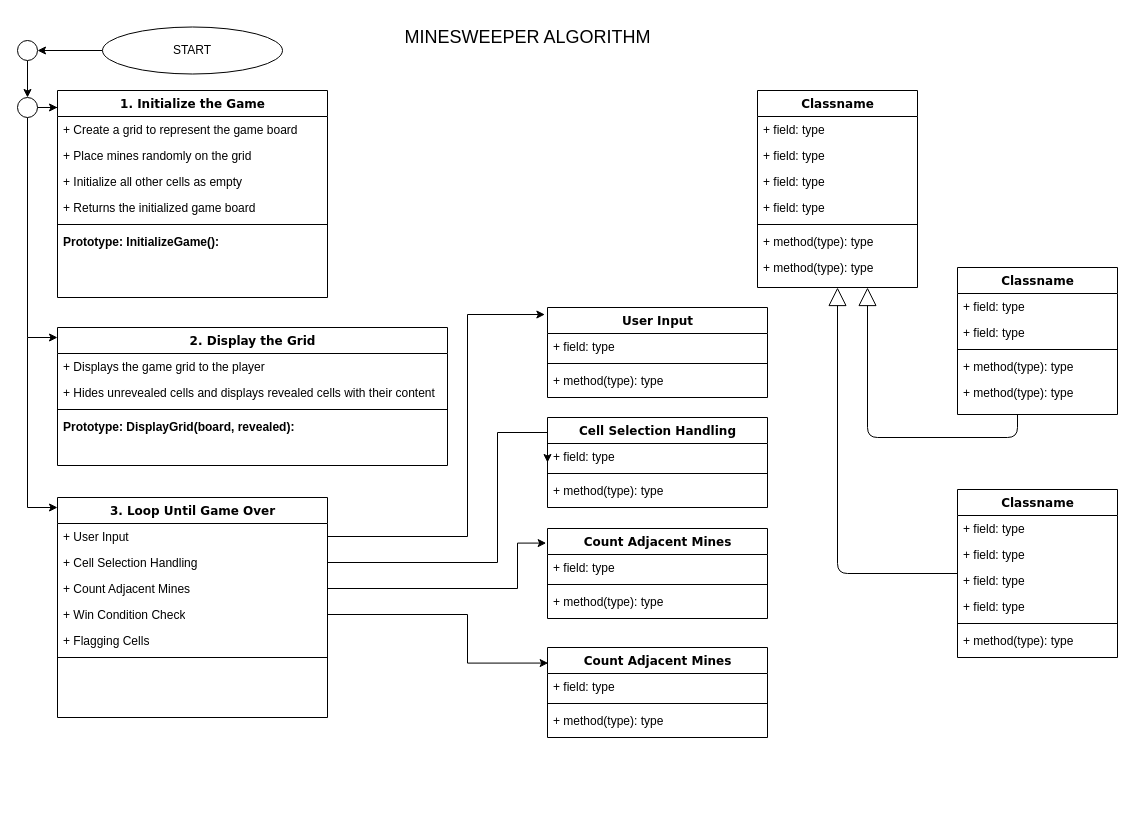
This is Minesweeper.drawio from lawalTheWest/minesweeper, a draw.io file, before an edit. Source tidied: cells renumbered, new cells numbered last; positions are measured from the earlier drawing's top-left corner, leaving out a move shared by most shapes. Both pictures are drawn from the tidied source at 100%, with x=0, y=0 at pixel (17, 17).
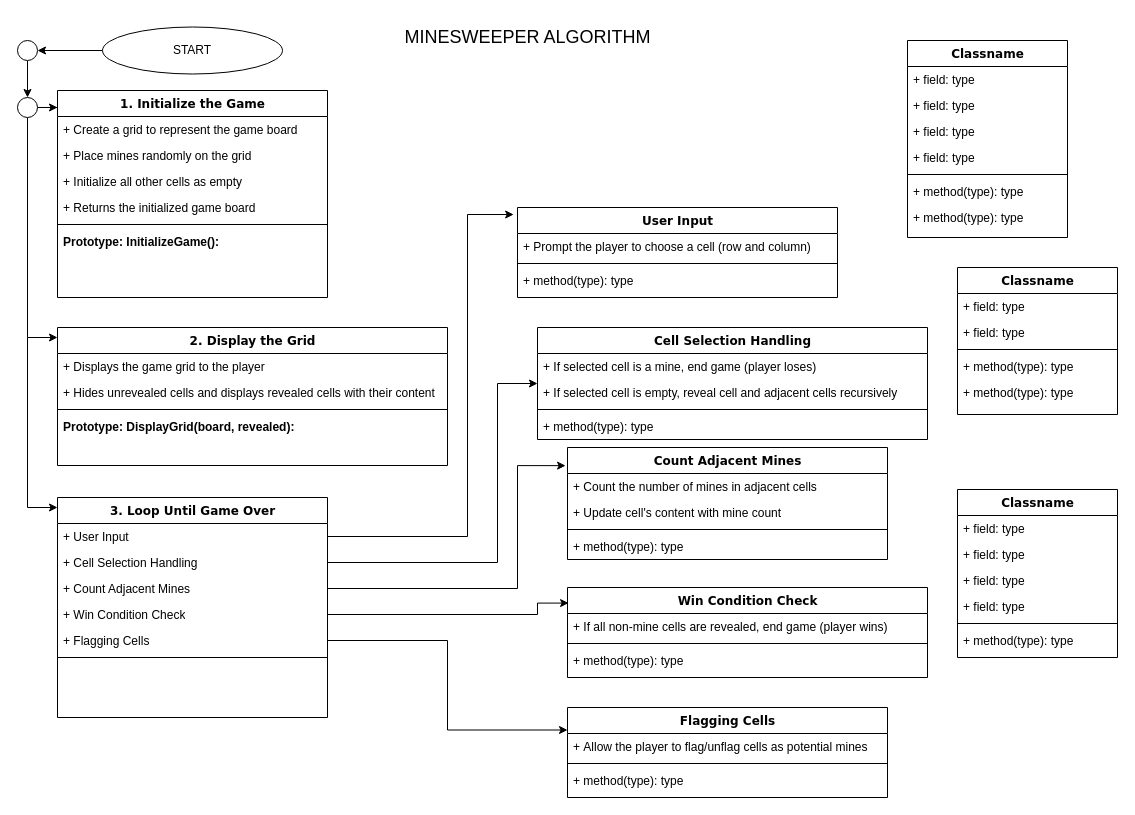
The same diagram, later.

Unchanged cells that the change refers to:
```xml
<mxCell id="27" value="+&amp;nbsp;User Input" style="text;html=1;strokeColor=none;fillColor=none;align=left;verticalAlign=top;spacingLeft=4;spacingRight=4;whiteSpace=wrap;overflow=hidden;points=[[0,0.5],[1,0.5]];portConstraint=eastwest;" parent="26" vertex="1">
  <mxGeometry y="26" width="270" height="26" as="geometry" />
</mxCell>
<mxCell id="28" value="+&amp;nbsp;Cell Selection Handling" style="text;html=1;strokeColor=none;fillColor=none;align=left;verticalAlign=top;spacingLeft=4;spacingRight=4;whiteSpace=wrap;overflow=hidden;points=[[0,0.5],[1,0.5]];portConstraint=eastwest;" parent="26" vertex="1">
  <mxGeometry y="52" width="270" height="26" as="geometry" />
</mxCell>
<mxCell id="29" value="+ Count Adjacent Mines" style="text;html=1;strokeColor=none;fillColor=none;align=left;verticalAlign=top;spacingLeft=4;spacingRight=4;whiteSpace=wrap;overflow=hidden;points=[[0,0.5],[1,0.5]];portConstraint=eastwest;" parent="26" vertex="1">
  <mxGeometry y="78" width="270" height="26" as="geometry" />
</mxCell>
<mxCell id="30" value="+ Win Condition Check" style="text;html=1;strokeColor=none;fillColor=none;align=left;verticalAlign=top;spacingLeft=4;spacingRight=4;whiteSpace=wrap;overflow=hidden;points=[[0,0.5],[1,0.5]];portConstraint=eastwest;" parent="26" vertex="1">
  <mxGeometry y="104" width="270" height="26" as="geometry" />
</mxCell>
<mxCell id="31" value="+&amp;nbsp;Flagging Cells" style="text;html=1;strokeColor=none;fillColor=none;align=left;verticalAlign=top;spacingLeft=4;spacingRight=4;whiteSpace=wrap;overflow=hidden;points=[[0,0.5],[1,0.5]];portConstraint=eastwest;" parent="26" vertex="1">
  <mxGeometry y="130" width="270" height="26" as="geometry" />
</mxCell>
<mxCell id="38" value="Classname" style="swimlane;html=1;fontStyle=1;align=center;verticalAlign=top;horizontal=1;startSize=26;swimlaneFillColor=#ffffff;rounded=0;shadow=0;comic=0;labelBackgroundColor=none;strokeWidth=1;fillColor=none;fontFamily=Verdana;fontSize=12;" parent="1" vertex="1">
  <mxGeometry x="940" y="472" width="160" height="168" as="geometry" />
</mxCell>
<mxCell id="46" value="Classname" style="swimlane;html=1;fontStyle=1;align=center;verticalAlign=top;horizontal=1;startSize=26;swimlaneFillColor=#ffffff;rounded=0;shadow=0;comic=0;labelBackgroundColor=none;strokeWidth=1;fillColor=none;fontFamily=Verdana;fontSize=12;" parent="1" vertex="1">
  <mxGeometry x="940" y="250" width="160" height="147" as="geometry" />
</mxCell>
```

What changed in the source:
```diff
@@
     <mxCell id="9" value="User Input" style="swimlane;html=1;fontStyle=1;align=center;verticalAlign=top;horizontal=1;startSize=26;swimlaneFillColor=#ffffff;rounded=0;shadow=0;comic=0;labelBackgroundColor=none;strokeWidth=1;fillColor=none;fontFamily=Verdana;fontSize=12;" parent="1" vertex="1">
-      <mxGeometry x="530" y="290" width="220" height="90" as="geometry" />
+      <mxGeometry x="500" y="190" width="320" height="90" as="geometry" />
     </mxCell>
-    <mxCell id="10" value="+ field: type" style="text;html=1;strokeColor=none;fillColor=none;align=left;verticalAlign=top;spacingLeft=4;spacingRight=4;whiteSpace=wrap;overflow=hidden;" parent="9" vertex="1">
-      <mxGeometry y="26" width="220" height="26" as="geometry" />
+    <mxCell id="10" value="+&amp;nbsp;Prompt the player to choose a cell (row and column)" style="text;html=1;strokeColor=none;fillColor=none;align=left;verticalAlign=top;spacingLeft=4;spacingRight=4;whiteSpace=wrap;overflow=hidden;" parent="9" vertex="1">
+      <mxGeometry y="26" width="320" height="26" as="geometry" />
     </mxCell>
     <mxCell id="11" style="line;html=1;strokeWidth=1;fillColor=none;align=left;verticalAlign=middle;spacingTop=-1;spacingLeft=3;spacingRight=3;labelPosition=right;" parent="9" vertex="1">
-      <mxGeometry y="52" width="220" height="8" as="geometry" />
+      <mxGeometry y="52" width="320" height="8" as="geometry" />
     </mxCell>
     <mxCell id="12" value="+ method(type): type" style="text;html=1;strokeColor=none;fillColor=none;align=left;verticalAlign=top;spacingLeft=4;spacingRight=4;whiteSpace=wrap;overflow=hidden;" parent="9" vertex="1">
-      <mxGeometry y="60" width="220" height="26" as="geometry" />
+      <mxGeometry y="60" width="320" height="26" as="geometry" />
     </mxCell>
     <mxCell id="13" value="Classname" style="swimlane;html=1;fontStyle=1;align=center;verticalAlign=top;horizontal=1;startSize=26;swimlaneFillColor=#ffffff;rounded=0;shadow=0;comic=0;labelBackgroundColor=none;strokeWidth=1;fillColor=none;fontFamily=Verdana;fontSize=12;" parent="1" vertex="1">
-      <mxGeometry x="740" y="73" width="160" height="197" as="geometry" />
+      <mxGeometry x="890" y="23" width="160" height="197" as="geometry" />
     </mxCell>
@@
     <mxCell id="33" value="Cell Selection Handling" style="swimlane;html=1;fontStyle=1;align=center;verticalAlign=top;horizontal=1;startSize=26;swimlaneFillColor=#ffffff;rounded=0;shadow=0;comic=0;labelBackgroundColor=none;strokeWidth=1;fillColor=none;fontFamily=Verdana;fontSize=12;" parent="1" vertex="1">
-      <mxGeometry x="530" y="400" width="220" height="90" as="geometry" />
+      <mxGeometry x="520" y="310" width="390" height="112" as="geometry" />
     </mxCell>
-    <mxCell id="34" value="+ field: type" style="text;html=1;strokeColor=none;fillColor=none;align=left;verticalAlign=top;spacingLeft=4;spacingRight=4;whiteSpace=wrap;overflow=hidden;" parent="33" vertex="1">
-      <mxGeometry y="26" width="220" height="26" as="geometry" />
+    <mxCell id="34" value="+&amp;nbsp;If selected cell is a mine, end game (player loses)" style="text;html=1;strokeColor=none;fillColor=none;align=left;verticalAlign=top;spacingLeft=4;spacingRight=4;whiteSpace=wrap;overflow=hidden;" parent="33" vertex="1">
+      <mxGeometry y="26" width="390" height="26" as="geometry" />
     </mxCell>
+    <mxCell id="73" value="+ If selected cell is empty, reveal cell and adjacent cells recursively" style="text;html=1;strokeColor=none;fillColor=none;align=left;verticalAlign=top;spacingLeft=4;spacingRight=4;whiteSpace=wrap;overflow=hidden;" parent="33" vertex="1">
+      <mxGeometry y="52" width="390" height="26" as="geometry" />
+    </mxCell>
     <mxCell id="35" style="line;html=1;strokeWidth=1;fillColor=none;align=left;verticalAlign=middle;spacingTop=-1;spacingLeft=3;spacingRight=3;labelPosition=right;" parent="33" vertex="1">
-      <mxGeometry y="52" width="220" height="8" as="geometry" />
+      <mxGeometry y="78" width="390" height="8" as="geometry" />
     </mxCell>
     <mxCell id="36" value="+ method(type): type" style="text;html=1;strokeColor=none;fillColor=none;align=left;verticalAlign=top;spacingLeft=4;spacingRight=4;whiteSpace=wrap;overflow=hidden;" parent="33" vertex="1">
-      <mxGeometry y="60" width="220" height="26" as="geometry" />
+      <mxGeometry y="86" width="390" height="26" as="geometry" />
     </mxCell>
-    <mxCell id="37" style="edgeStyle=orthogonalEdgeStyle;html=1;labelBackgroundColor=none;startFill=0;startSize=8;endArrow=block;endFill=0;endSize=16;fontFamily=Verdana;fontSize=12;" parent="1" edge="1" source="38" target="13">
-      <mxGeometry relative="1" as="geometry" />
-    </mxCell>
@@
-    <mxCell id="45" style="edgeStyle=orthogonalEdgeStyle;html=1;labelBackgroundColor=none;startFill=0;startSize=8;endArrow=block;endFill=0;endSize=16;fontFamily=Verdana;fontSize=12;" parent="1" edge="1" source="46" target="13">
-      <mxGeometry relative="1" as="geometry">
-        <Array as="points">
-          <mxPoint x="1000" y="420" />
-          <mxPoint x="850" y="420" />
-        </Array>
-      </mxGeometry>
-    </mxCell>
@@
     <mxCell id="61" style="edgeStyle=orthogonalEdgeStyle;rounded=0;jettySize=auto;html=1;entryX=-0.012;entryY=0.078;entryDx=0;entryDy=0;entryPerimeter=0;" parent="1" edge="1" source="27" target="9">
       <mxGeometry relative="1" as="geometry">
         <Array as="points">
           <mxPoint x="450" y="519" />
-          <mxPoint x="450" y="297" />
+          <mxPoint x="450" y="197" />
         </Array>
       </mxGeometry>
     </mxCell>
     <mxCell id="62" style="edgeStyle=orthogonalEdgeStyle;rounded=0;jettySize=auto;html=1;entryX=0;entryY=0.5;entryDx=0;entryDy=0;" parent="1" edge="1" source="28" target="33">
       <mxGeometry relative="1" as="geometry">
         <Array as="points">
           <mxPoint x="480" y="545" />
-          <mxPoint x="480" y="415" />
+          <mxPoint x="480" y="366" />
         </Array>
       </mxGeometry>
     </mxCell>
     <mxCell id="63" value="Count Adjacent Mines" style="swimlane;html=1;fontStyle=1;align=center;verticalAlign=top;horizontal=1;startSize=26;swimlaneFillColor=#ffffff;rounded=0;shadow=0;comic=0;labelBackgroundColor=none;strokeWidth=1;fillColor=none;fontFamily=Verdana;fontSize=12;" parent="1" vertex="1">
-      <mxGeometry x="530" y="511" width="220" height="90" as="geometry" />
+      <mxGeometry x="550" y="430" width="320" height="112" as="geometry" />
     </mxCell>
-    <mxCell id="64" value="+ field: type" style="text;html=1;strokeColor=none;fillColor=none;align=left;verticalAlign=top;spacingLeft=4;spacingRight=4;whiteSpace=wrap;overflow=hidden;" parent="63" vertex="1">
-      <mxGeometry y="26" width="220" height="26" as="geometry" />
+    <mxCell id="64" value="+&amp;nbsp;Count the number of mines in adjacent cells" style="text;html=1;strokeColor=none;fillColor=none;align=left;verticalAlign=top;spacingLeft=4;spacingRight=4;whiteSpace=wrap;overflow=hidden;" parent="63" vertex="1">
+      <mxGeometry y="26" width="320" height="26" as="geometry" />
     </mxCell>
+    <mxCell id="74" value="+&amp;nbsp;Update cell's content with mine count" style="text;html=1;strokeColor=none;fillColor=none;align=left;verticalAlign=top;spacingLeft=4;spacingRight=4;whiteSpace=wrap;overflow=hidden;" parent="63" vertex="1">
+      <mxGeometry y="52" width="320" height="26" as="geometry" />
+    </mxCell>
     <mxCell id="65" style="line;html=1;strokeWidth=1;fillColor=none;align=left;verticalAlign=middle;spacingTop=-1;spacingLeft=3;spacingRight=3;labelPosition=right;" parent="63" vertex="1">
-      <mxGeometry y="52" width="220" height="8" as="geometry" />
+      <mxGeometry y="78" width="320" height="8" as="geometry" />
     </mxCell>
     <mxCell id="66" value="+ method(type): type" style="text;html=1;strokeColor=none;fillColor=none;align=left;verticalAlign=top;spacingLeft=4;spacingRight=4;whiteSpace=wrap;overflow=hidden;" parent="63" vertex="1">
-      <mxGeometry y="60" width="220" height="26" as="geometry" />
+      <mxGeometry y="86" width="320" height="26" as="geometry" />
     </mxCell>
-    <mxCell id="67" value="Count Adjacent Mines" style="swimlane;html=1;fontStyle=1;align=center;verticalAlign=top;horizontal=1;startSize=26;swimlaneFillColor=#ffffff;rounded=0;shadow=0;comic=0;labelBackgroundColor=none;strokeWidth=1;fillColor=none;fontFamily=Verdana;fontSize=12;" parent="1" vertex="1">
-      <mxGeometry x="530" y="630" width="220" height="90" as="geometry" />
+    <mxCell id="67" value="Win Condition Check" style="swimlane;html=1;fontStyle=1;align=center;verticalAlign=top;horizontal=1;startSize=26;swimlaneFillColor=#ffffff;rounded=0;shadow=0;comic=0;labelBackgroundColor=none;strokeWidth=1;fillColor=none;fontFamily=Verdana;fontSize=12;" parent="1" vertex="1">
+      <mxGeometry x="550" y="570" width="360" height="90" as="geometry" />
     </mxCell>
-    <mxCell id="68" value="+ field: type" style="text;html=1;strokeColor=none;fillColor=none;align=left;verticalAlign=top;spacingLeft=4;spacingRight=4;whiteSpace=wrap;overflow=hidden;" parent="67" vertex="1">
-      <mxGeometry y="26" width="220" height="26" as="geometry" />
+    <mxCell id="68" value="+&amp;nbsp;If all non-mine cells are revealed, end game (player wins)" style="text;html=1;strokeColor=none;fillColor=none;align=left;verticalAlign=top;spacingLeft=4;spacingRight=4;whiteSpace=wrap;overflow=hidden;" parent="67" vertex="1">
+      <mxGeometry y="26" width="360" height="26" as="geometry" />
     </mxCell>
     <mxCell id="69" style="line;html=1;strokeWidth=1;fillColor=none;align=left;verticalAlign=middle;spacingTop=-1;spacingLeft=3;spacingRight=3;labelPosition=right;" parent="67" vertex="1">
-      <mxGeometry y="52" width="220" height="8" as="geometry" />
+      <mxGeometry y="52" width="360" height="8" as="geometry" />
     </mxCell>
     <mxCell id="70" value="+ method(type): type" style="text;html=1;strokeColor=none;fillColor=none;align=left;verticalAlign=top;spacingLeft=4;spacingRight=4;whiteSpace=wrap;overflow=hidden;" parent="67" vertex="1">
-      <mxGeometry y="60" width="220" height="26" as="geometry" />
+      <mxGeometry y="60" width="360" height="26" as="geometry" />
     </mxCell>
     <mxCell id="71" style="edgeStyle=orthogonalEdgeStyle;rounded=0;jettySize=auto;html=1;entryX=-0.006;entryY=0.162;entryDx=0;entryDy=0;entryPerimeter=0;" parent="1" edge="1" source="29" target="63">
       <mxGeometry relative="1" as="geometry">
         <Array as="points">
           <mxPoint x="500" y="571" />
-          <mxPoint x="500" y="526" />
+          <mxPoint x="500" y="448" />
         </Array>
       </mxGeometry>
     </mxCell>
     <mxCell id="72" style="edgeStyle=orthogonalEdgeStyle;rounded=0;jettySize=auto;html=1;entryX=0.003;entryY=0.173;entryDx=0;entryDy=0;entryPerimeter=0;" parent="1" edge="1" source="30" target="67">
       <mxGeometry relative="1" as="geometry">
         <Array as="points">
-          <mxPoint x="450" y="597" />
-          <mxPoint x="450" y="646" />
+          <mxPoint x="520" y="597" />
+          <mxPoint x="520" y="586" />
         </Array>
       </mxGeometry>
     </mxCell>
+    <mxCell id="75" value="Flagging Cells" style="swimlane;html=1;fontStyle=1;align=center;verticalAlign=top;horizontal=1;startSize=26;swimlaneFillColor=#ffffff;rounded=0;shadow=0;comic=0;labelBackgroundColor=none;strokeWidth=1;fillColor=none;fontFamily=Verdana;fontSize=12;" parent="1" vertex="1">
+      <mxGeometry x="550" y="690" width="320" height="90" as="geometry" />
+    </mxCell>
+    <mxCell id="76" value="+&amp;nbsp;Allow the player to flag/unflag cells as potential mines" style="text;html=1;strokeColor=none;fillColor=none;align=left;verticalAlign=top;spacingLeft=4;spacingRight=4;whiteSpace=wrap;overflow=hidden;" parent="75" vertex="1">
+      <mxGeometry y="26" width="320" height="26" as="geometry" />
+    </mxCell>
+    <mxCell id="77" style="line;html=1;strokeWidth=1;fillColor=none;align=left;verticalAlign=middle;spacingTop=-1;spacingLeft=3;spacingRight=3;labelPosition=right;" parent="75" vertex="1">
+      <mxGeometry y="52" width="320" height="8" as="geometry" />
+    </mxCell>
+    <mxCell id="78" value="+ method(type): type" style="text;html=1;strokeColor=none;fillColor=none;align=left;verticalAlign=top;spacingLeft=4;spacingRight=4;whiteSpace=wrap;overflow=hidden;" parent="75" vertex="1">
+      <mxGeometry y="60" width="320" height="26" as="geometry" />
+    </mxCell>
+    <mxCell id="79" style="edgeStyle=orthogonalEdgeStyle;rounded=0;jettySize=auto;html=1;entryX=0;entryY=0.25;entryDx=0;entryDy=0;" parent="1" edge="1" source="31" target="75">
+      <mxGeometry relative="1" as="geometry">
+        <Array as="points">
+          <mxPoint x="430" y="623" />
+          <mxPoint x="430" y="713" />
+          <mxPoint x="550" y="713" />
+        </Array>
+      </mxGeometry>
+    </mxCell>
```
